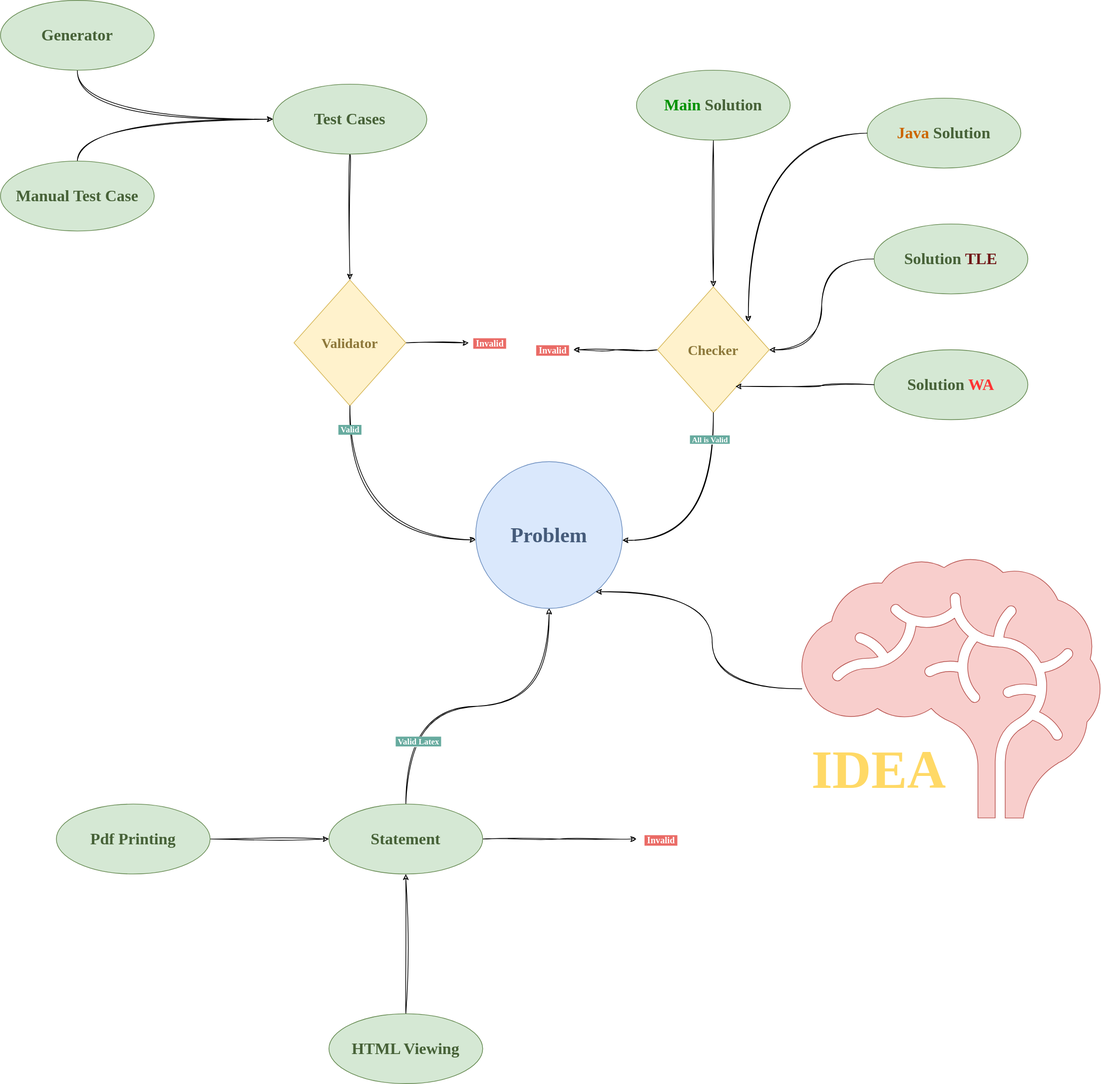
3bbaas/PolygonCodeforcesContestPreparation keeps this draw.io diagram as assets/pre.svg. Above is the earlier version. Source tidied: cells renumbered, new cells last; positions are measured from the earlier drawing's top-left corner, leaving out a move shared by most shapes.
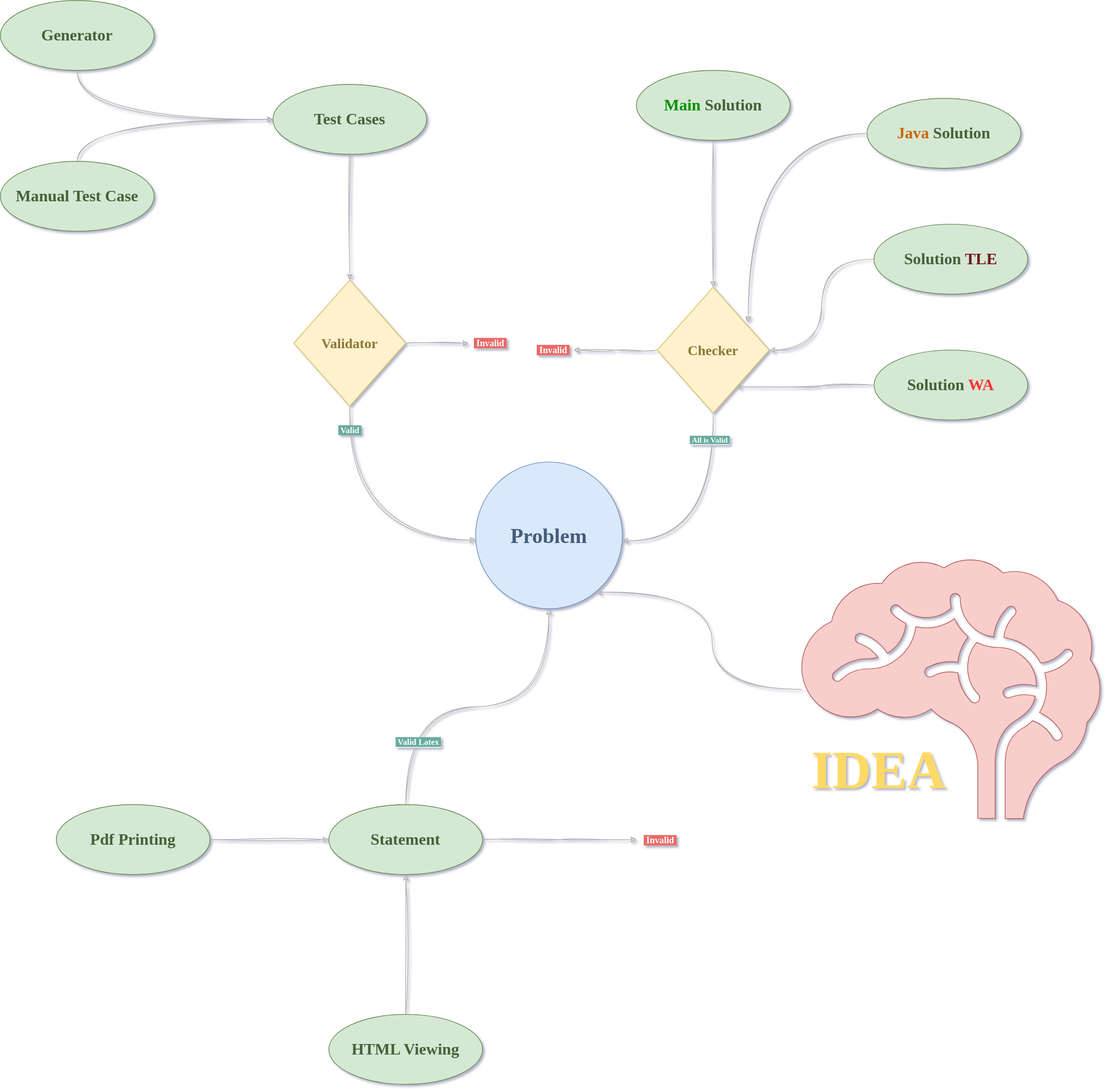
The same diagram one commit later.

What changed in the source:
```diff
@@ -2,7 +2,7 @@
   <root>
     <mxCell id="0" />
     <mxCell id="1" parent="0" />
-    <mxCell id="2" style="edgeStyle=orthogonalEdgeStyle;rounded=0;jettySize=auto;html=1;sketch=1;curveFitting=1;jiggle=2;curved=1;" parent="1" edge="1" source="3">
+    <mxCell id="2" style="edgeStyle=orthogonalEdgeStyle;rounded=0;jettySize=auto;html=1;sketch=1;curveFitting=1;jiggle=2;curved=1;strokeColor=#B3B3B3;" parent="1" edge="1" source="3">
       <mxGeometry relative="1" as="geometry">
         <mxPoint x="390" y="170" as="targetPoint" />
         <Array as="points">
@@ -13,13 +13,13 @@
     <mxCell id="3" value="&lt;font style=&quot;font-size: 23px;&quot;&gt;&lt;b style=&quot;font-size: 23px;&quot;&gt;Generator&lt;/b&gt;&lt;/font&gt;" style="ellipse;whiteSpace=wrap;html=1;fillColor=#d5e8d4;strokeColor=#62874D;fontSize=23;fontFamily=Verdana;fontColor=#466137;" parent="1" vertex="1">
       <mxGeometry width="220" height="100" as="geometry" />
     </mxCell>
-    <mxCell id="4" style="edgeStyle=orthogonalEdgeStyle;rounded=0;jettySize=auto;html=1;entryX=0.5;entryY=0;entryDx=0;entryDy=0;sketch=1;curveFitting=1;jiggle=2;curved=1;" parent="1" edge="1" source="5" target="11">
+    <mxCell id="4" style="edgeStyle=orthogonalEdgeStyle;rounded=0;jettySize=auto;html=1;entryX=0.5;entryY=0;entryDx=0;entryDy=0;sketch=1;curveFitting=1;jiggle=2;curved=1;strokeColor=#B3B3B3;" parent="1" edge="1" source="5" target="11">
       <mxGeometry relative="1" as="geometry" />
     </mxCell>
     <mxCell id="5" value="&lt;font style=&quot;font-size: 23px;&quot;&gt;&lt;b style=&quot;font-size: 23px;&quot;&gt;Test Cases&lt;/b&gt;&lt;/font&gt;" style="ellipse;whiteSpace=wrap;html=1;fillColor=#d5e8d4;strokeColor=#62874D;fontSize=23;fontFamily=Verdana;fontColor=#466137;" parent="1" vertex="1">
       <mxGeometry x="390" y="120" width="220" height="100" as="geometry" />
     </mxCell>
-    <mxCell id="6" style="edgeStyle=orthogonalEdgeStyle;rounded=0;jettySize=auto;html=1;entryX=0;entryY=0.5;entryDx=0;entryDy=0;curved=1;sketch=1;curveFitting=1;jiggle=2;" parent="1" edge="1" source="7" target="5">
+    <mxCell id="6" style="edgeStyle=orthogonalEdgeStyle;rounded=0;jettySize=auto;html=1;entryX=0;entryY=0.5;entryDx=0;entryDy=0;curved=1;sketch=1;curveFitting=1;jiggle=2;strokeColor=#B3B3B3;" parent="1" edge="1" source="7" target="5">
       <mxGeometry relative="1" as="geometry">
         <Array as="points">
           <mxPoint x="110" y="170" />
@@ -29,7 +29,7 @@
     <mxCell id="7" value="&lt;b style=&quot;font-size: 23px;&quot;&gt;Manual Test Case&lt;/b&gt;" style="ellipse;whiteSpace=wrap;html=1;fillColor=#d5e8d4;strokeColor=#62874D;fontSize=23;fontFamily=Verdana;fontColor=#466137;" parent="1" vertex="1">
       <mxGeometry y="230" width="220" height="100" as="geometry" />
     </mxCell>
-    <mxCell id="8" style="edgeStyle=orthogonalEdgeStyle;rounded=0;jettySize=auto;html=1;sketch=1;curveFitting=1;jiggle=2;curved=1;" parent="1" edge="1" source="11">
+    <mxCell id="8" style="edgeStyle=orthogonalEdgeStyle;rounded=0;jettySize=auto;html=1;sketch=1;curveFitting=1;jiggle=2;curved=1;strokeColor=#B3B3B3;" parent="1" edge="1" source="11">
       <mxGeometry relative="1" as="geometry">
         <mxPoint x="670" y="490" as="targetPoint" />
       </mxGeometry>
@@ -50,7 +50,7 @@
     <mxCell id="12" value="Problem" style="ellipse;whiteSpace=wrap;html=1;fillColor=#dae8fc;strokeColor=#6c8ebf;fontColor=#455B7A;fontSize=30;fontFamily=Verdana;fontStyle=1;" parent="1" vertex="1">
       <mxGeometry x="680" y="660" width="210" height="210" as="geometry" />
     </mxCell>
-    <mxCell id="13" style="edgeStyle=orthogonalEdgeStyle;rounded=0;jettySize=auto;html=1;entryX=0;entryY=0.533;entryDx=0;entryDy=0;entryPerimeter=0;exitX=0.5;exitY=1;exitDx=0;exitDy=0;sketch=1;curveFitting=1;jiggle=2;curved=1;" parent="1" edge="1" source="11" target="12">
+    <mxCell id="13" style="edgeStyle=orthogonalEdgeStyle;rounded=0;jettySize=auto;html=1;entryX=0;entryY=0.533;entryDx=0;entryDy=0;entryPerimeter=0;exitX=0.5;exitY=1;exitDx=0;exitDy=0;sketch=1;curveFitting=1;jiggle=2;curved=1;strokeColor=#B3B3B3;" parent="1" edge="1" source="11" target="12">
       <mxGeometry relative="1" as="geometry" />
     </mxCell>
     <mxCell id="14" value="&lt;font face=&quot;Marhey&quot;&gt;&lt;b style=&quot;background-color: rgb(103, 171, 159);&quot;&gt;&amp;nbsp;Valid&amp;nbsp;&lt;/b&gt;&lt;/font&gt;" style="text;html=1;align=center;verticalAlign=middle;strokeColor=none;fillColor=none;fontColor=#FFFFFF;" parent="1" vertex="1">
@@ -59,19 +59,19 @@
     <mxCell id="15" value="&lt;font style=&quot;font-size: 23px;&quot;&gt;&lt;b style=&quot;font-size: 23px;&quot;&gt;&lt;font color=&quot;#cc6600&quot;&gt;Java &lt;/font&gt;Solution&lt;/b&gt;&lt;/font&gt;" style="ellipse;whiteSpace=wrap;html=1;fillColor=#d5e8d4;strokeColor=#62874D;fontSize=23;fontFamily=Verdana;fontColor=#466137;" parent="1" vertex="1">
       <mxGeometry x="1240" y="140" width="220" height="100" as="geometry" />
     </mxCell>
-    <mxCell id="16" style="edgeStyle=orthogonalEdgeStyle;rounded=0;jettySize=auto;html=1;entryX=1;entryY=0.5;entryDx=0;entryDy=0;curved=1;sketch=1;curveFitting=1;jiggle=2;" parent="1" edge="1" source="17" target="21">
+    <mxCell id="16" style="edgeStyle=orthogonalEdgeStyle;rounded=0;jettySize=auto;html=1;entryX=1;entryY=0.5;entryDx=0;entryDy=0;curved=1;sketch=1;curveFitting=1;jiggle=2;strokeColor=#B3B3B3;" parent="1" edge="1" source="17" target="21">
       <mxGeometry relative="1" as="geometry" />
     </mxCell>
     <mxCell id="17" value="&lt;font style=&quot;font-size: 23px;&quot;&gt;&lt;b style=&quot;font-size: 23px;&quot;&gt;Solution &lt;font color=&quot;#701616&quot;&gt;TLE&lt;/font&gt;&lt;/b&gt;&lt;/font&gt;" style="ellipse;whiteSpace=wrap;html=1;fillColor=#d5e8d4;strokeColor=#62874D;fontSize=23;fontFamily=Verdana;fontColor=#466137;" parent="1" vertex="1">
       <mxGeometry x="1250" y="320" width="220" height="100" as="geometry" />
     </mxCell>
-    <mxCell id="18" style="edgeStyle=orthogonalEdgeStyle;rounded=0;jettySize=auto;html=1;entryX=0.5;entryY=0;entryDx=0;entryDy=0;sketch=1;curveFitting=1;jiggle=2;curved=1;" parent="1" edge="1" source="19" target="21">
+    <mxCell id="18" style="edgeStyle=orthogonalEdgeStyle;rounded=0;jettySize=auto;html=1;entryX=0.5;entryY=0;entryDx=0;entryDy=0;sketch=1;curveFitting=1;jiggle=2;curved=1;strokeColor=#B3B3B3;" parent="1" edge="1" source="19" target="21">
       <mxGeometry relative="1" as="geometry" />
     </mxCell>
     <mxCell id="19" value="&lt;b style=&quot;font-size: 23px;&quot;&gt;&lt;font color=&quot;#009100&quot;&gt;Main &lt;/font&gt;Solution&lt;/b&gt;" style="ellipse;whiteSpace=wrap;html=1;fillColor=#d5e8d4;strokeColor=#62874D;fontSize=23;fontFamily=Verdana;fontColor=#466137;" parent="1" vertex="1">
       <mxGeometry x="910" y="100" width="220" height="100" as="geometry" />
     </mxCell>
-    <mxCell id="20" style="edgeStyle=orthogonalEdgeStyle;rounded=0;jettySize=auto;html=1;sketch=1;curveFitting=1;jiggle=2;" parent="1" edge="1" source="21">
+    <mxCell id="20" style="edgeStyle=orthogonalEdgeStyle;rounded=0;jettySize=auto;html=1;sketch=1;curveFitting=1;jiggle=2;strokeColor=#B3B3B3;" parent="1" edge="1" source="21">
       <mxGeometry relative="1" as="geometry">
         <mxPoint x="820" y="500" as="targetPoint" />
       </mxGeometry>
@@ -82,25 +82,25 @@
     <mxCell id="22" value="&lt;font style=&quot;font-size: 23px;&quot;&gt;&lt;b style=&quot;font-size: 23px;&quot;&gt;Solution &lt;font color=&quot;#ff3333&quot;&gt;WA&lt;/font&gt;&lt;/b&gt;&lt;/font&gt;" style="ellipse;whiteSpace=wrap;html=1;fillColor=#d5e8d4;strokeColor=#62874D;fontSize=23;fontFamily=Verdana;fontColor=#466137;" parent="1" vertex="1">
       <mxGeometry x="1250" y="500" width="220" height="100" as="geometry" />
     </mxCell>
-    <mxCell id="23" style="edgeStyle=orthogonalEdgeStyle;rounded=0;jettySize=auto;html=1;entryX=0.697;entryY=0.791;entryDx=0;entryDy=0;entryPerimeter=0;sketch=1;curveFitting=1;jiggle=2;curved=1;" parent="1" edge="1" source="22" target="21">
+    <mxCell id="23" style="edgeStyle=orthogonalEdgeStyle;rounded=0;jettySize=auto;html=1;entryX=0.697;entryY=0.791;entryDx=0;entryDy=0;entryPerimeter=0;sketch=1;curveFitting=1;jiggle=2;curved=1;strokeColor=#B3B3B3;" parent="1" edge="1" source="22" target="21">
       <mxGeometry relative="1" as="geometry" />
     </mxCell>
-    <mxCell id="24" style="edgeStyle=orthogonalEdgeStyle;rounded=0;jettySize=auto;html=1;entryX=0.999;entryY=0.536;entryDx=0;entryDy=0;entryPerimeter=0;sketch=1;curveFitting=1;jiggle=2;curved=1;exitX=0.5;exitY=1;exitDx=0;exitDy=0;" parent="1" edge="1" source="21" target="12">
+    <mxCell id="24" style="edgeStyle=orthogonalEdgeStyle;rounded=0;jettySize=auto;html=1;entryX=0.999;entryY=0.536;entryDx=0;entryDy=0;entryPerimeter=0;sketch=1;curveFitting=1;jiggle=2;curved=1;exitX=0.5;exitY=1;exitDx=0;exitDy=0;strokeColor=#B3B3B3;" parent="1" edge="1" source="21" target="12">
       <mxGeometry relative="1" as="geometry" />
     </mxCell>
     <mxCell id="25" value="&lt;b style=&quot;&quot;&gt;&lt;font color=&quot;#ffffff&quot; style=&quot;background-color: rgb(103, 171, 159);&quot; face=&quot;Marhey&quot;&gt;&amp;nbsp;All is Valid&amp;nbsp;&lt;/font&gt;&lt;/b&gt;" style="edgeLabel;html=1;align=center;verticalAlign=middle;" parent="24" vertex="1">
       <mxGeometry x="-0.76" y="-6" relative="1" as="geometry" />
     </mxCell>
-    <mxCell id="26" style="edgeStyle=orthogonalEdgeStyle;rounded=0;jettySize=auto;html=1;entryX=0.813;entryY=0.278;entryDx=0;entryDy=0;entryPerimeter=0;curved=1;sketch=1;curveFitting=1;jiggle=2;" parent="1" edge="1" source="15" target="21">
+    <mxCell id="26" style="edgeStyle=orthogonalEdgeStyle;rounded=0;jettySize=auto;html=1;entryX=0.813;entryY=0.278;entryDx=0;entryDy=0;entryPerimeter=0;curved=1;sketch=1;curveFitting=1;jiggle=2;strokeColor=#B3B3B3;" parent="1" edge="1" source="15" target="21">
       <mxGeometry relative="1" as="geometry" />
     </mxCell>
-    <mxCell id="27" style="edgeStyle=orthogonalEdgeStyle;rounded=0;jettySize=auto;html=1;entryX=0.5;entryY=1;entryDx=0;entryDy=0;curved=1;sketch=1;curveFitting=1;jiggle=2;" parent="1" edge="1" source="30" target="12">
+    <mxCell id="27" style="edgeStyle=orthogonalEdgeStyle;rounded=0;jettySize=auto;html=1;entryX=0.5;entryY=1;entryDx=0;entryDy=0;curved=1;sketch=1;curveFitting=1;jiggle=2;strokeColor=#B3B3B3;" parent="1" edge="1" source="30" target="12">
       <mxGeometry relative="1" as="geometry" />
     </mxCell>
     <mxCell id="28" value="&lt;font face=&quot;Marhey&quot; style=&quot;background-color: rgb(103, 171, 159); font-size: 12px;&quot; color=&quot;#ffffff&quot;&gt;&lt;b style=&quot;font-size: 12px;&quot;&gt;&amp;nbsp;Valid Latex&amp;nbsp;&lt;/b&gt;&lt;/font&gt;" style="edgeLabel;html=1;align=center;verticalAlign=middle;fontSize=12;" parent="27" vertex="1">
       <mxGeometry x="-0.63" y="-17" relative="1" as="geometry" />
     </mxCell>
-    <mxCell id="29" style="edgeStyle=orthogonalEdgeStyle;rounded=0;jettySize=auto;html=1;sketch=1;curveFitting=1;jiggle=2;" parent="1" edge="1" source="30">
+    <mxCell id="29" style="edgeStyle=orthogonalEdgeStyle;rounded=0;jettySize=auto;html=1;sketch=1;curveFitting=1;jiggle=2;strokeColor=#B3B3B3;" parent="1" edge="1" source="30">
       <mxGeometry relative="1" as="geometry">
         <mxPoint x="910" y="1200" as="targetPoint" />
       </mxGeometry>
@@ -108,13 +108,13 @@
     <mxCell id="30" value="&lt;b style=&quot;font-size: 23px;&quot;&gt;Statement&lt;/b&gt;" style="ellipse;whiteSpace=wrap;html=1;fillColor=#d5e8d4;strokeColor=#62874D;fontSize=23;fontFamily=Verdana;fontColor=#466137;" parent="1" vertex="1">
       <mxGeometry x="470" y="1150" width="220" height="100" as="geometry" />
     </mxCell>
-    <mxCell id="31" style="edgeStyle=orthogonalEdgeStyle;rounded=0;jettySize=auto;html=1;entryX=0;entryY=0.5;entryDx=0;entryDy=0;sketch=1;curveFitting=1;jiggle=2;" parent="1" edge="1" source="32" target="30">
+    <mxCell id="31" style="edgeStyle=orthogonalEdgeStyle;rounded=0;jettySize=auto;html=1;entryX=0;entryY=0.5;entryDx=0;entryDy=0;sketch=1;curveFitting=1;jiggle=2;strokeColor=#B3B3B3;" parent="1" edge="1" source="32" target="30">
       <mxGeometry relative="1" as="geometry" />
     </mxCell>
     <mxCell id="32" value="&lt;b style=&quot;font-size: 23px;&quot;&gt;Pdf Printing&lt;/b&gt;" style="ellipse;whiteSpace=wrap;html=1;fillColor=#d5e8d4;strokeColor=#62874D;fontSize=23;fontFamily=Verdana;fontColor=#466137;" parent="1" vertex="1">
       <mxGeometry x="80" y="1150" width="220" height="100" as="geometry" />
     </mxCell>
-    <mxCell id="33" style="edgeStyle=orthogonalEdgeStyle;rounded=0;jettySize=auto;html=1;entryX=0.5;entryY=1;entryDx=0;entryDy=0;sketch=1;curveFitting=1;jiggle=2;" parent="1" edge="1" source="34" target="30">
+    <mxCell id="33" style="edgeStyle=orthogonalEdgeStyle;rounded=0;jettySize=auto;html=1;entryX=0.5;entryY=1;entryDx=0;entryDy=0;sketch=1;curveFitting=1;jiggle=2;strokeColor=#B3B3B3;" parent="1" edge="1" source="34" target="30">
       <mxGeometry relative="1" as="geometry" />
     </mxCell>
     <mxCell id="34" value="&lt;b style=&quot;font-size: 23px;&quot;&gt;HTML Viewing&lt;/b&gt;" style="ellipse;whiteSpace=wrap;html=1;fillColor=#d5e8d4;strokeColor=#62874D;fontSize=23;fontFamily=Verdana;fontColor=#466137;" parent="1" vertex="1">
@@ -131,7 +131,7 @@
     <mxCell id="37" value="&lt;font color=&quot;#ffd966&quot; face=&quot;Marhey&quot; style=&quot;font-size: 77px;&quot;&gt;&lt;b style=&quot;font-size: 77px;&quot;&gt;IDEA&lt;/b&gt;&lt;/font&gt;" style="text;html=1;strokeColor=none;fillColor=none;align=center;verticalAlign=middle;whiteSpace=wrap;rounded=0;fontSize=77;labelBorderColor=none;labelBackgroundColor=none;" parent="1" vertex="1">
       <mxGeometry x="1146.7" y="1030" width="220" height="140" as="geometry" />
     </mxCell>
-    <mxCell id="38" style="edgeStyle=orthogonalEdgeStyle;rounded=0;jettySize=auto;html=1;entryX=0.818;entryY=0.887;entryDx=0;entryDy=0;entryPerimeter=0;sketch=1;curveFitting=1;jiggle=2;curved=1;" parent="1" edge="1" source="36" target="12">
+    <mxCell id="38" style="edgeStyle=orthogonalEdgeStyle;rounded=0;jettySize=auto;html=1;entryX=0.818;entryY=0.887;entryDx=0;entryDy=0;entryPerimeter=0;sketch=1;curveFitting=1;jiggle=2;curved=1;strokeColor=#B3B3B3;" parent="1" edge="1" source="36" target="12">
       <mxGeometry relative="1" as="geometry" />
     </mxCell>
   </root>
```
